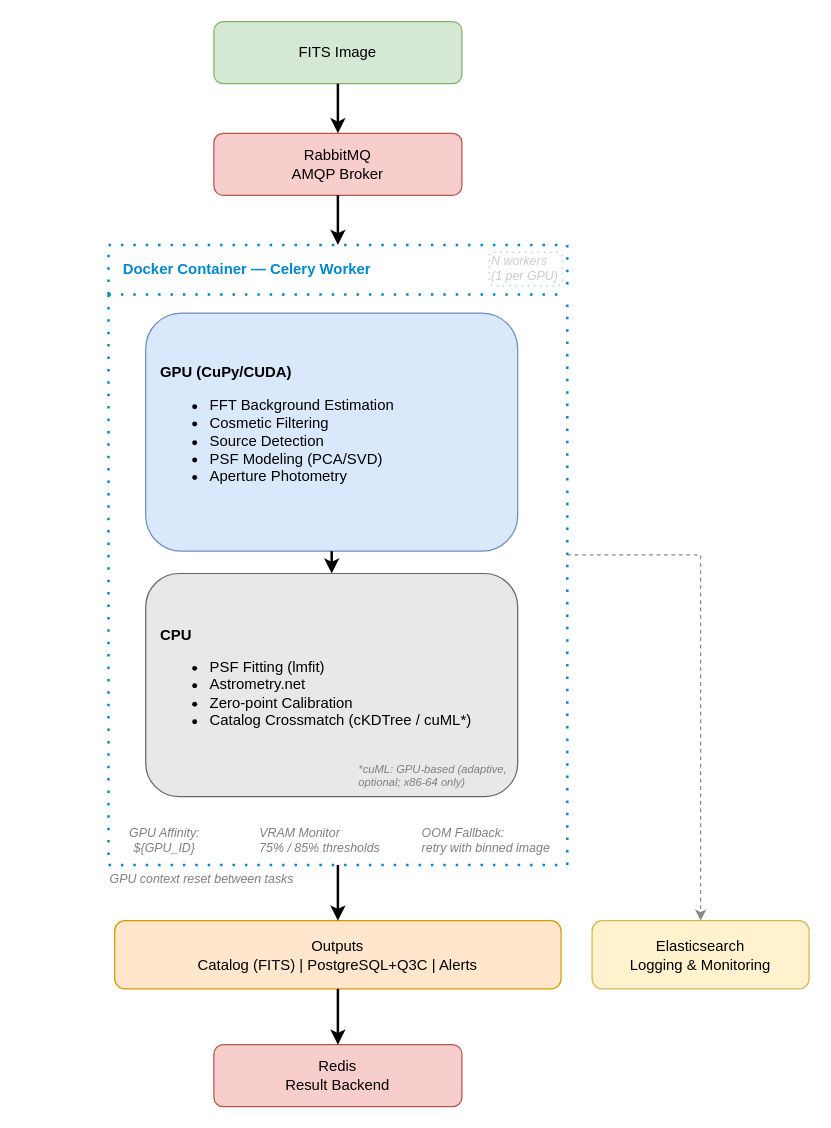
The draw.io diagram GPUPhot.drawio.xml in Light-Bridges/GPUPhot, before the edit. Source tidied: cells renumbered, new cells numbered last; positions are measured from the earlier drawing's top-left corner, leaving out a move shared by most shapes. Both pictures are drawn from the tidied source at 124%, with x=0, y=0 at pixel (21, 21).
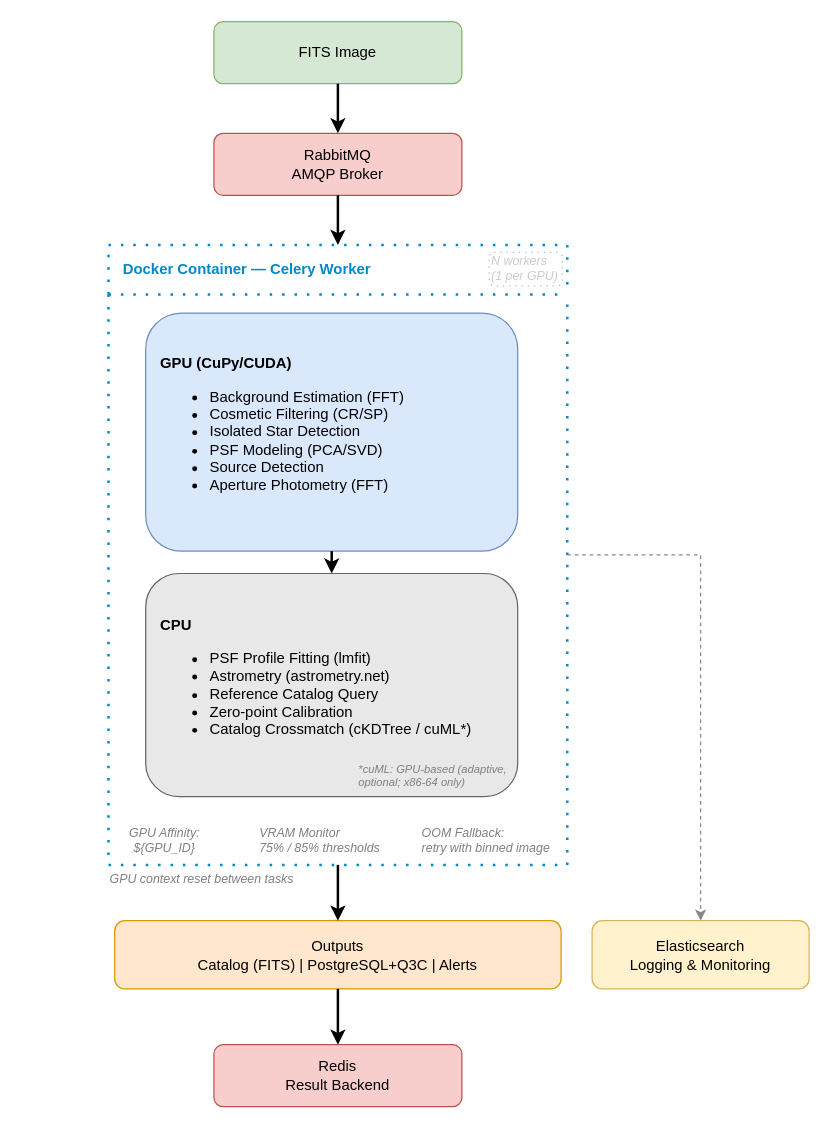
Above is the later version.

The change refers to these unchanged cells:
```xml
<mxCell id="4" value="&lt;b&gt;Docker Container — Celery Worker&lt;/b&gt;" style="swimlane;whiteSpace=wrap;html=1;dashed=1;dashPattern=1 4;strokeColor=#0088cc;fillColor=none;fontColor=#0088cc;startSize=40;strokeWidth=2;align=left;spacingLeft=10;" parent="1" vertex="1">
  <mxGeometry x="70" y="180" width="370" height="500" as="geometry" />
</mxCell>
```

Diff of the diagram source:
```diff
@@
-    <mxCell id="5" value="&lt;b&gt;GPU (CuPy/CUDA)&lt;/b&gt;&#10;&lt;ul&gt;&lt;li&gt;FFT Background Estimation&lt;/li&gt;&lt;li&gt;Cosmetic Filtering&lt;/li&gt;&lt;li&gt;Source Detection&lt;/li&gt;&lt;li&gt;PSF Modeling (PCA/SVD)&lt;/li&gt;&lt;li&gt;Aperture Photometry&lt;/li&gt;&lt;/ul&gt;" style="rounded=1;whiteSpace=wrap;html=1;fillColor=#dae8fc;strokeColor=#6c8ebf;align=left;spacingLeft=10;" parent="4" vertex="1">
+    <mxCell id="5" value="&lt;b&gt;GPU (CuPy/CUDA)&lt;/b&gt;&#10;&lt;ul&gt;&lt;li&gt;Background Estimation (FFT)&lt;/li&gt;&lt;li&gt;Cosmetic Filtering (CR/SP)&lt;/li&gt;&lt;li&gt;Isolated Star Detection&lt;/li&gt;&lt;li&gt;PSF Modeling (PCA/SVD)&lt;/li&gt;&lt;li&gt;Source Detection&lt;/li&gt;&lt;li&gt;Aperture Photometry (FFT)&lt;/li&gt;&lt;/ul&gt;" style="rounded=1;whiteSpace=wrap;html=1;fillColor=#dae8fc;strokeColor=#6c8ebf;align=left;spacingLeft=10;" parent="4" vertex="1">
       <mxGeometry x="30" y="55" width="300" height="192" as="geometry" />
     </mxCell>
-    <mxCell id="6" value="&lt;b&gt;CPU&lt;/b&gt;&#10;&lt;ul&gt;&lt;li&gt;PSF Fitting (lmfit)&lt;/li&gt;&lt;li&gt;Astrometry.net&lt;/li&gt;&lt;li&gt;Zero-point Calibration&lt;/li&gt;&lt;li&gt;Catalog Crossmatch (cKDTree / cuML*)&lt;/li&gt;&lt;/ul&gt;" style="rounded=1;whiteSpace=wrap;html=1;fillColor=#e8e8e8;strokeColor=#666666;align=left;spacingLeft=10;" parent="4" vertex="1">
+    <mxCell id="6" value="&lt;b&gt;CPU&lt;/b&gt;&#10;&lt;ul&gt;&lt;li&gt;PSF Profile Fitting (lmfit)&lt;/li&gt;&lt;li&gt;Astrometry (astrometry.net)&lt;/li&gt;&lt;li&gt;Reference Catalog Query&lt;/li&gt;&lt;li&gt;Zero-point Calibration&lt;/li&gt;&lt;li&gt;Catalog Crossmatch (cKDTree / cuML*)&lt;/li&gt;&lt;/ul&gt;" style="rounded=1;whiteSpace=wrap;html=1;fillColor=#e8e8e8;strokeColor=#666666;align=left;spacingLeft=10;" parent="4" vertex="1">
       <mxGeometry x="30" y="265" width="300" height="180" as="geometry" />
     </mxCell>
```
